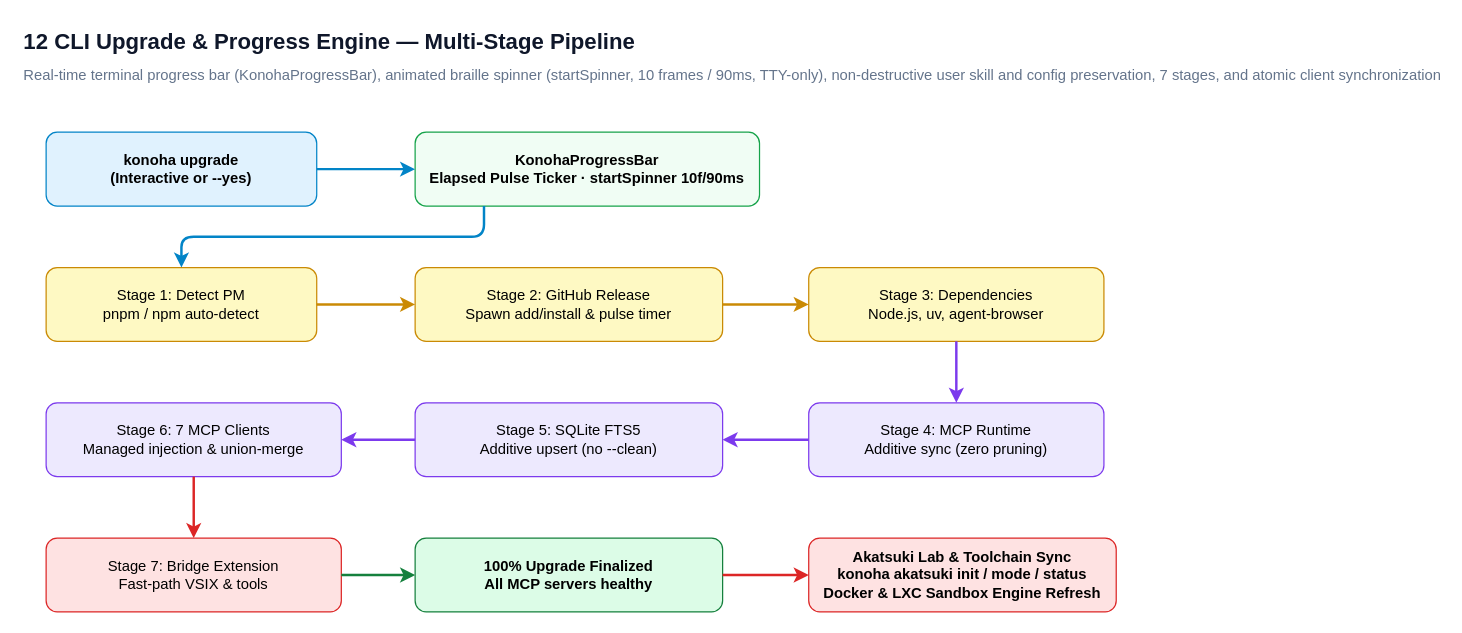
Above: page "12 CLI Upgrade & Progress Engine" (12 of 18) of docs/diagrams/konoha-architecture.drawio in andycungkrinx91/konoha (draw.io), before the change. Source tidied: cells renumbered, new cells numbered last; positions are measured from the earlier drawing's top-left corner, leaving out a move shared by most shapes. Both pictures are drawn from the tidied source at 123%, with x=0, y=0 at pixel (21, 21).
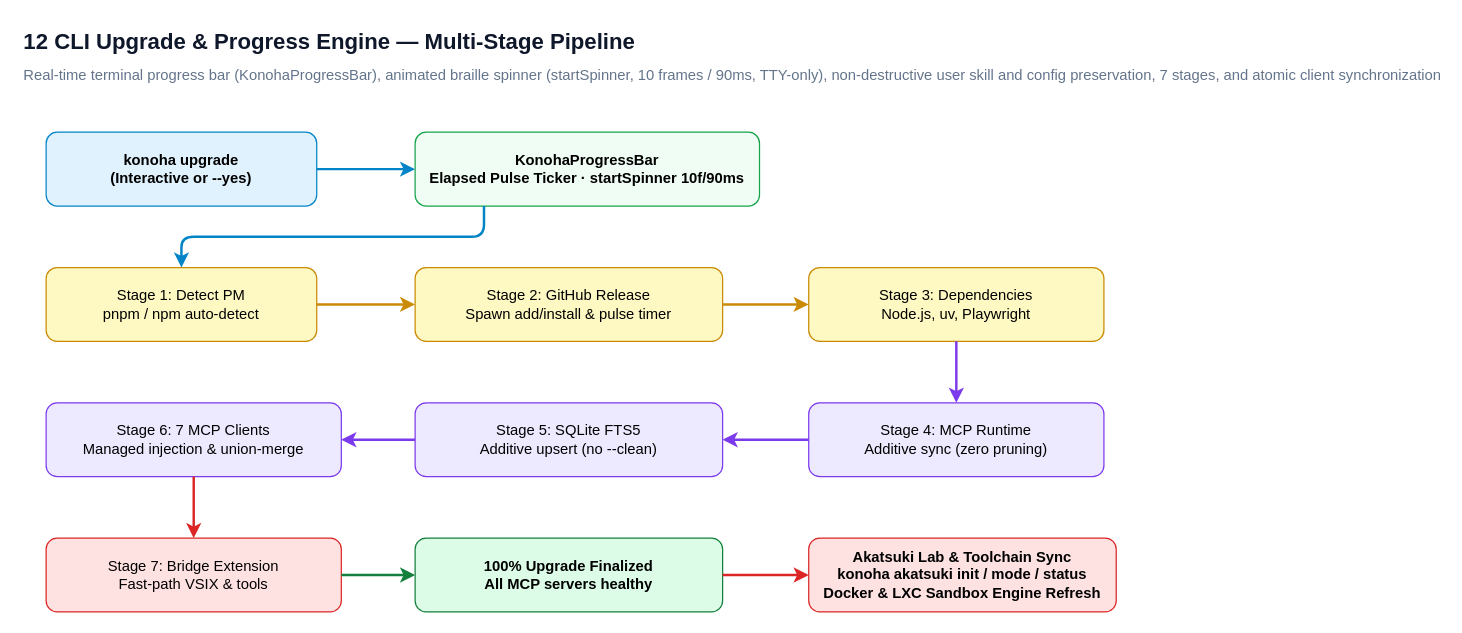
Above is the later version.

What changed in the source:
```diff
@@
-    <mxCell id="8" value="Stage 3: Dependencies&#10;Node.js, uv, agent-browser" style="rounded=1;whiteSpace=wrap;html=1;fillColor=#fef9c3;strokeColor=#ca8a04;agent=anbu;" parent="1" vertex="1">
+    <mxCell id="8" value="Stage 3: Dependencies&#10;Node.js, uv, Playwright" style="rounded=1;whiteSpace=wrap;html=1;fillColor=#fef9c3;strokeColor=#ca8a04;agent=anbu;" parent="1" vertex="1">
       <mxGeometry x="640" y="200" width="240" height="60" as="geometry" />
     </mxCell>
```
